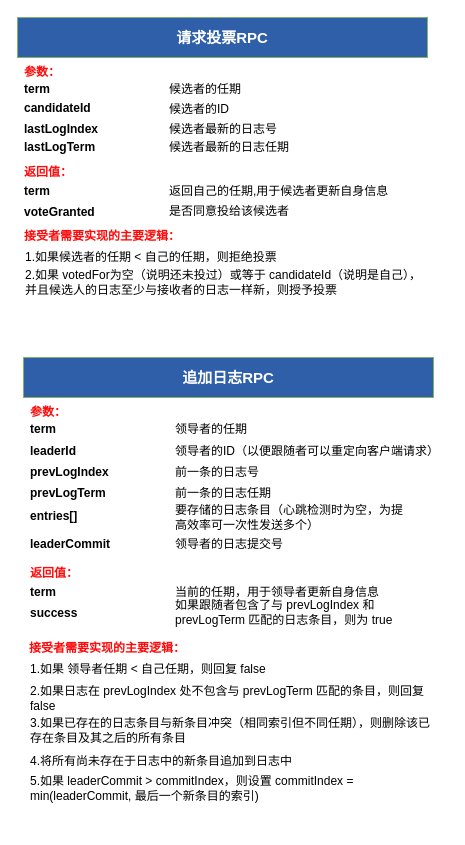
Earlier version of the draw.io diagram 分布式/res/raft.drawio (byone421/WeNote). Source tidied: cells renumbered, new cells numbered last; positions are measured from the earlier drawing's top-left corner, leaving out a move shared by most shapes. Both pictures are drawn from the tidied source at 100%, with x=0, y=0 at pixel (17, 17).
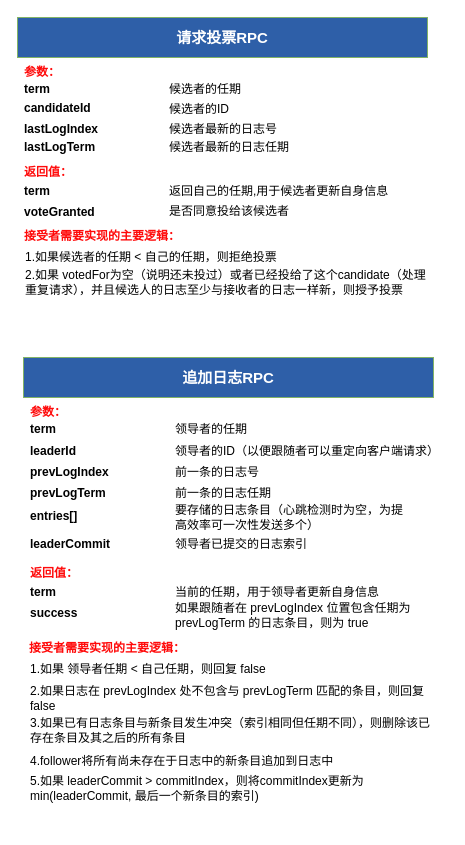
Above is the later version.

Diff of the diagram source:
```diff
@@
-    <mxCell id="21" value="2.如果 votedFor为空（说明还未投过）或等于 candidateId（说明是自己），并且候选人的日志至少与接收者的日志一样新，则授予投票" style="text;html=1;align=left;verticalAlign=middle;whiteSpace=wrap;rounded=0;" parent="1" vertex="1">
+    <mxCell id="21" value="2.如果 votedFor为空（说明还未投过）或者已经投给了这个candidate（处理重复请求），并且候选人的日志至少与接收者的日志一样新，则授予投票" style="text;html=1;align=left;verticalAlign=middle;whiteSpace=wrap;rounded=0;" parent="1" vertex="1">
       <mxGeometry x="6" y="255" width="404" height="20" as="geometry" />
     </mxCell>
@@
-    <mxCell id="38" value="如果跟随者包含了与 prevLogIndex 和 prevLogTerm 匹配的日志条目，则为 true" style="text;html=1;align=left;verticalAlign=middle;whiteSpace=wrap;rounded=0;" parent="1" vertex="1">
-      <mxGeometry x="156" y="585" width="264" height="20" as="geometry" />
+    <mxCell id="38" value="如果跟随者在 prevLogIndex&amp;nbsp;位置包含任期为 prevLogTerm 的日志条目，则为 true" style="text;html=1;align=left;verticalAlign=middle;whiteSpace=wrap;rounded=0;" parent="1" vertex="1">
+      <mxGeometry x="156" y="588" width="264" height="20" as="geometry" />
     </mxCell>
@@
-    <mxCell id="45" value="领导者的日志提交号" style="text;html=1;align=left;verticalAlign=middle;whiteSpace=wrap;rounded=0;" parent="1" vertex="1">
+    <mxCell id="45" value="领导者已提交的日志索引" style="text;html=1;align=left;verticalAlign=middle;whiteSpace=wrap;rounded=0;" parent="1" vertex="1">
       <mxGeometry x="156" y="517" width="149" height="20" as="geometry" />
     </mxCell>
-    <mxCell id="46" value="3.如果已存在的日志条目与新条目冲突（相同索引但不同任期），则删除该已存在条目及其之后的所有条目" style="text;html=1;align=left;verticalAlign=middle;whiteSpace=wrap;rounded=0;" parent="1" vertex="1">
+    <mxCell id="46" value="3.如果已有日志条目与新条目发生冲突（索引相同但任期不同），则删除该已存在条目及其之后的所有条目" style="text;html=1;align=left;verticalAlign=middle;whiteSpace=wrap;rounded=0;" parent="1" vertex="1">
       <mxGeometry x="11" y="703" width="404" height="20" as="geometry" />
     </mxCell>
-    <mxCell id="47" value="4.将所有尚未存在于日志中的新条目追加到日志中" style="text;html=1;align=left;verticalAlign=middle;whiteSpace=wrap;rounded=0;" parent="1" vertex="1">
+    <mxCell id="47" value="4.follower将所有尚未存在于日志中的新条目追加到日志中" style="text;html=1;align=left;verticalAlign=middle;whiteSpace=wrap;rounded=0;" parent="1" vertex="1">
       <mxGeometry x="11" y="734" width="404" height="20" as="geometry" />
     </mxCell>
-    <mxCell id="48" value="5.如果 leaderCommit &amp;gt; commitIndex，则设置 commitIndex = min(leaderCommit, 最后一个新条目的索引)" style="text;html=1;align=left;verticalAlign=middle;whiteSpace=wrap;rounded=0;" parent="1" vertex="1">
+    <mxCell id="48" value="5.如果 leaderCommit &amp;gt; commitIndex，则将commitIndex更新为 min(leaderCommit, 最后一个新条目的索引)" style="text;html=1;align=left;verticalAlign=middle;whiteSpace=wrap;rounded=0;" parent="1" vertex="1">
       <mxGeometry x="11" y="761" width="404" height="20" as="geometry" />
     </mxCell>
```
